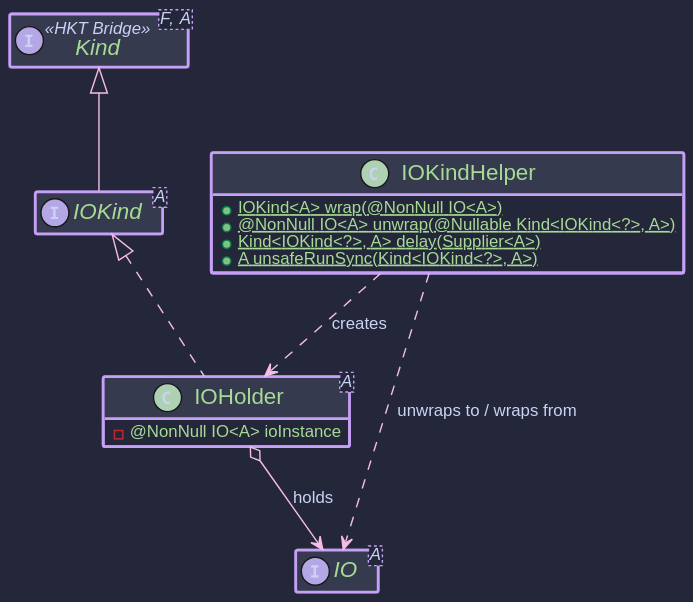
The PlantUML diagram hkj-book/src/images/puml/io_kind.svg in higher-kinded-j/higher-kinded-j, before a commit.
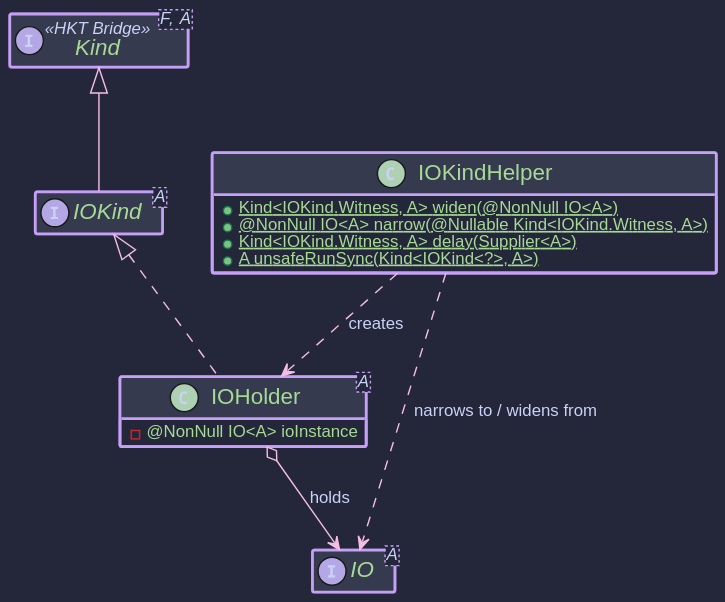
After the commit.

Change to the diagram source:
```diff
@@ -12,9 +12,9 @@
 
 
   class IOKindHelper {
-    + {static} IOKind<A> wrap(@NonNull IO<A>)
-    + {static} @NonNull IO<A> unwrap(@Nullable Kind<IOKind<?>, A>)
-    + {static} Kind<IOKind<?>, A> delay(Supplier<A>)
+    + {static} Kind<IOKind.Witness, A> widen(@NonNull IO<A>)
+    + {static} @NonNull IO<A> narrow(@Nullable Kind<IOKind.Witness, A>)
+    + {static} Kind<IOKind.Witness, A> delay(Supplier<A>)
     + {static} A unsafeRunSync(Kind<IOKind<?>, A>)
   }
 
@@ -23,6 +23,6 @@
   }
 
   IOKindHelper ..> IOHolder : creates
-  IOKindHelper ..> IO : unwraps to / wraps from
+  IOKindHelper ..> IO : narrows to / widens from
   IOHolder o--> IO : holds
 @enduml
```
